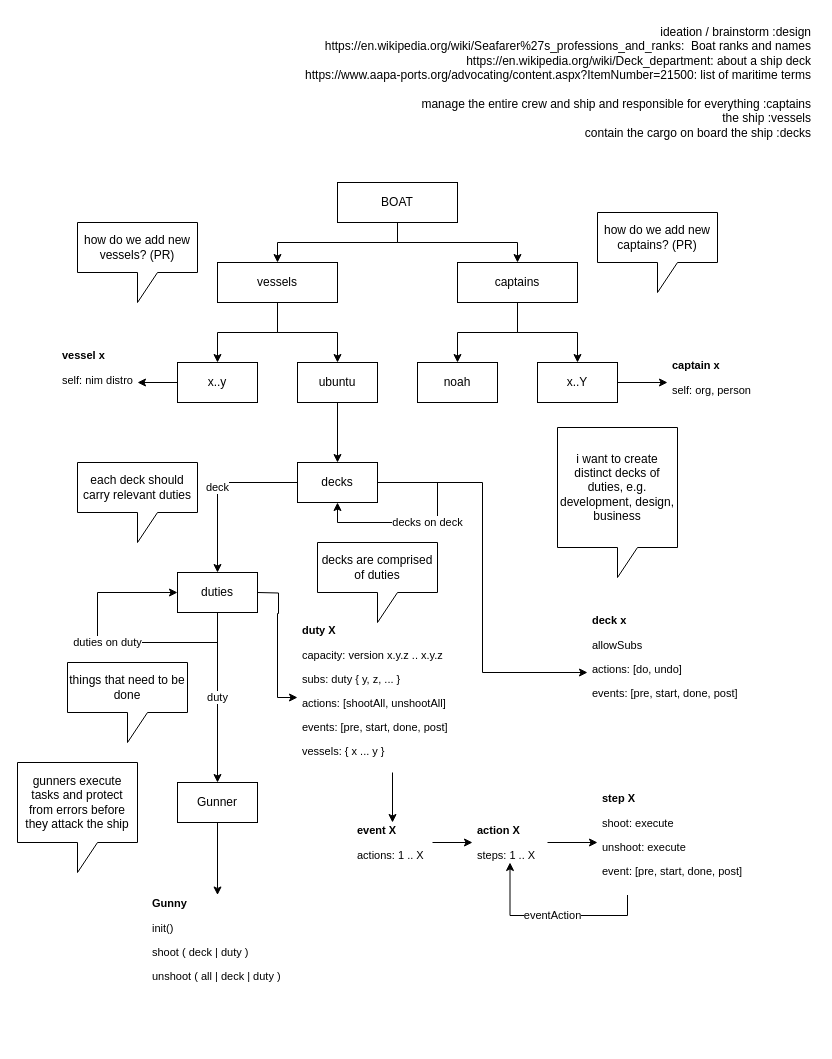
The draw.io diagram ADRs/boat_design.drawio in noahehall/boat, before the edit. Source tidied: cells renumbered, new cells numbered last; positions are measured from the earlier drawing's top-left corner, leaving out a move shared by most shapes. Both pictures are drawn from the tidied source at 100%, with x=0, y=0 at pixel (17, 17).
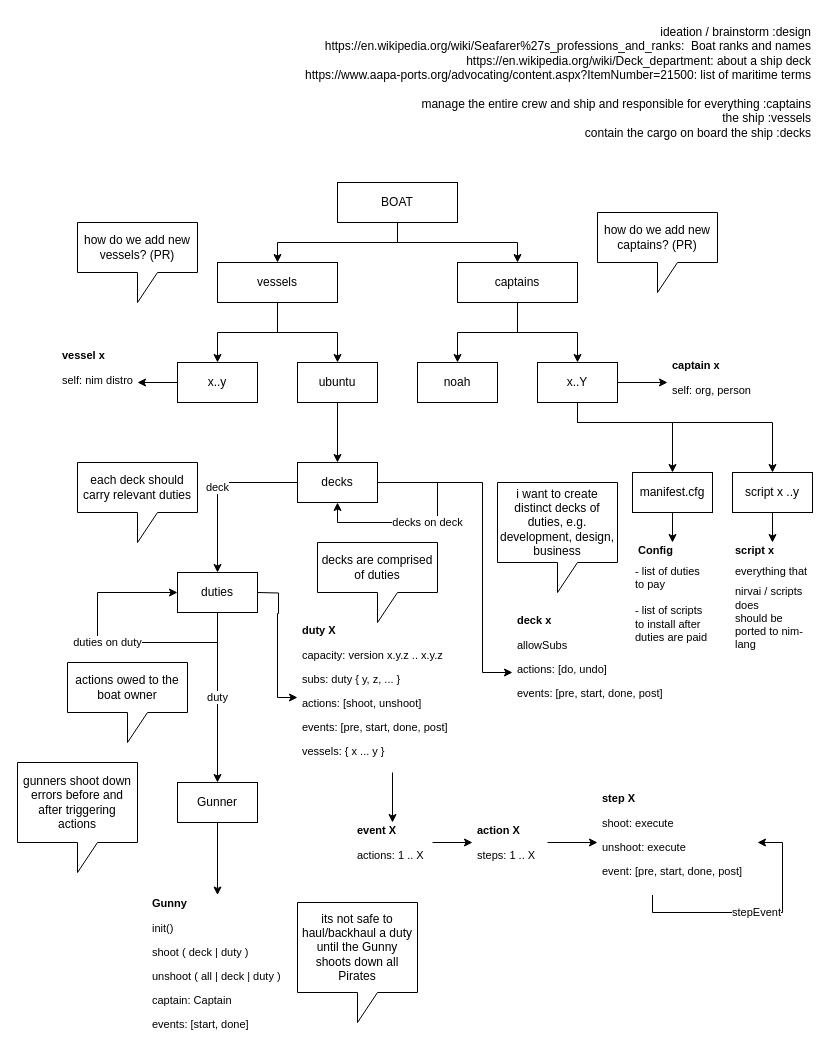
Above is the later version.

The change refers to these unchanged cells:
```xml
<mxCell id="18" value="x..Y" style="whiteSpace=wrap;html=1;" parent="1" vertex="1">
  <mxGeometry x="520" y="345" width="80" height="40" as="geometry" />
</mxCell>
<mxCell id="40" value="&lt;h1 style=&quot;font-size: 11px;&quot;&gt;action X&lt;/h1&gt;&lt;p style=&quot;font-size: 11px;&quot;&gt;steps: 1 .. X&lt;/p&gt;&lt;p style=&quot;font-size: 11px;&quot;&gt;&lt;br&gt;&lt;/p&gt;" style="text;html=1;strokeColor=none;fillColor=none;spacing=5;spacingTop=-15;whiteSpace=wrap;overflow=hidden;rounded=0;comic=0;fontSize=11;" parent="1" vertex="1">
  <mxGeometry x="455" y="805" width="75" height="40" as="geometry" />
</mxCell>
<mxCell id="42" value="&lt;h1 style=&quot;font-size: 11px;&quot;&gt;step X&lt;/h1&gt;&lt;p style=&quot;font-size: 11px;&quot;&gt;shoot: execute&lt;/p&gt;&lt;p style=&quot;font-size: 11px;&quot;&gt;unshoot: execute&lt;/p&gt;&lt;p style=&quot;font-size: 11px;&quot;&gt;event: [pre, start, done, post]&lt;/p&gt;" style="text;html=1;strokeColor=none;fillColor=none;spacing=5;spacingTop=-15;whiteSpace=wrap;overflow=hidden;rounded=0;comic=0;fontSize=11;" parent="1" vertex="1">
  <mxGeometry x="580" y="772.5" width="160" height="105" as="geometry" />
</mxCell>
```

What changed in the source:
```diff
@@
+    <mxCell id="48" style="edgeStyle=orthogonalEdgeStyle;rounded=0;jettySize=auto;html=1;exitX=0.5;exitY=1;exitDx=0;exitDy=0;" parent="1" edge="1" source="18" target="50">
+      <mxGeometry relative="1" as="geometry">
+        <Array as="points">
+          <mxPoint x="560" y="405" />
+          <mxPoint x="655" y="405" />
+        </Array>
+      </mxGeometry>
+    </mxCell>
@@
-    <mxCell id="28" value="things that need to be done" style="shape=callout;whiteSpace=wrap;html=1;perimeter=calloutPerimeter;" parent="1" vertex="1">
+    <mxCell id="28" value="actions owed to the boat owner" style="shape=callout;whiteSpace=wrap;html=1;perimeter=calloutPerimeter;" parent="1" vertex="1">
       <mxGeometry x="50" y="645" width="120" height="80" as="geometry" />
     </mxCell>
@@
     <mxCell id="31" value="i want to create distinct decks of duties, e.g. development, design, business" style="shape=callout;whiteSpace=wrap;html=1;perimeter=calloutPerimeter;" parent="1" vertex="1">
-      <mxGeometry x="540" y="410" width="120" height="150" as="geometry" />
+      <mxGeometry x="480" y="465" width="120" height="110" as="geometry" />
     </mxCell>
@@
-    <mxCell id="34" value="gunners execute tasks and protect from errors before they attack the ship" style="shape=callout;whiteSpace=wrap;html=1;perimeter=calloutPerimeter;" parent="1" vertex="1">
+    <mxCell id="34" value="gunners shoot down errors before and after triggering actions" style="shape=callout;whiteSpace=wrap;html=1;perimeter=calloutPerimeter;" parent="1" vertex="1">
       <mxGeometry y="745" width="120" height="110" as="geometry" />
     </mxCell>
@@
-    <mxCell id="36" value="&lt;h1 style=&quot;font-size: 11px;&quot;&gt;duty X&lt;/h1&gt;&lt;p style=&quot;font-size: 11px;&quot;&gt;capacity: version x.y.z .. x.y.z&lt;/p&gt;&lt;p style=&quot;font-size: 11px;&quot;&gt;subs: duty { y, z, ... }&lt;/p&gt;&lt;p style=&quot;font-size: 11px;&quot;&gt;actions: [shootAll, unshootAll]&lt;/p&gt;&lt;p style=&quot;font-size: 11px;&quot;&gt;events: [pre, start, done, post]&lt;/p&gt;&lt;p style=&quot;font-size: 11px;&quot;&gt;vessels: { x ... y }&lt;/p&gt;" style="text;html=1;strokeColor=none;fillColor=none;spacing=5;spacingTop=-15;whiteSpace=wrap;overflow=hidden;rounded=0;comic=0;fontSize=11;" parent="1" vertex="1">
+    <mxCell id="36" value="&lt;h1 style=&quot;font-size: 11px;&quot;&gt;duty X&lt;/h1&gt;&lt;p style=&quot;font-size: 11px;&quot;&gt;capacity: version x.y.z .. x.y.z&lt;/p&gt;&lt;p style=&quot;font-size: 11px;&quot;&gt;subs: duty { y, z, ... }&lt;/p&gt;&lt;p style=&quot;font-size: 11px;&quot;&gt;actions: [shoot, unshoot]&lt;/p&gt;&lt;p style=&quot;font-size: 11px;&quot;&gt;events: [pre, start, done, post]&lt;/p&gt;&lt;p style=&quot;font-size: 11px;&quot;&gt;vessels: { x ... y }&lt;/p&gt;" style="text;html=1;strokeColor=none;fillColor=none;spacing=5;spacingTop=-15;whiteSpace=wrap;overflow=hidden;rounded=0;comic=0;fontSize=11;" parent="1" vertex="1">
       <mxGeometry x="280" y="605" width="190" height="150" as="geometry" />
     </mxCell>
@@
     <mxCell id="38" value="&lt;h1 style=&quot;font-size: 11px;&quot;&gt;deck x&lt;/h1&gt;&lt;p style=&quot;font-size: 11px;&quot;&gt;&lt;span style=&quot;background-color: initial;&quot;&gt;allowSubs&lt;/span&gt;&lt;br&gt;&lt;/p&gt;&lt;p style=&quot;font-size: 11px;&quot;&gt;actions: [do, undo]&lt;/p&gt;&lt;p style=&quot;font-size: 11px;&quot;&gt;events: [pre, start, done, post]&lt;/p&gt;" style="text;html=1;strokeColor=none;fillColor=none;spacing=5;spacingTop=-15;whiteSpace=wrap;overflow=hidden;rounded=0;comic=0;fontSize=11;" parent="1" vertex="1">
-      <mxGeometry x="570" y="595" width="190" height="120" as="geometry" />
+      <mxGeometry x="495" y="595" width="160" height="120" as="geometry" />
     </mxCell>
@@
-    <mxCell id="41" value="eventAction" style="edgeStyle=orthogonalEdgeStyle;rounded=0;jettySize=auto;html=1;entryX=0.5;entryY=1;entryDx=0;entryDy=0;fontSize=11;" parent="1" edge="1" source="42" target="40">
+    <mxCell id="41" value="stepEvent" style="edgeStyle=orthogonalEdgeStyle;rounded=0;orthogonalLoop=1;jettySize=auto;html=1;fontSize=11;entryX=1;entryY=0.5;entryDx=0;entryDy=0;" parent="1" edge="1" source="42" target="42">
       <mxGeometry relative="1" as="geometry">
         <Array as="points">
-          <mxPoint x="610" y="898" />
-          <mxPoint x="493" y="898" />
-          <mxPoint x="493" y="845" />
+          <mxPoint x="635" y="895" />
+          <mxPoint x="765" y="895" />
+          <mxPoint x="765" y="825" />
         </Array>
       </mxGeometry>
     </mxCell>
@@
-    <mxCell id="45" value="&lt;h1 style=&quot;font-size: 11px;&quot;&gt;Gunny&amp;nbsp;&lt;/h1&gt;&lt;p style=&quot;font-size: 11px;&quot;&gt;init()&lt;/p&gt;&lt;p style=&quot;font-size: 11px;&quot;&gt;shoot ( deck | duty )&lt;/p&gt;&lt;p style=&quot;font-size: 11px;&quot;&gt;&lt;span style=&quot;background-color: initial;&quot;&gt;unshoot ( all | deck | duty )&lt;/span&gt;&lt;br&gt;&lt;/p&gt;" style="text;html=1;strokeColor=none;fillColor=none;spacing=5;spacingTop=-15;whiteSpace=wrap;overflow=hidden;rounded=0;comic=0;fontSize=11;" parent="1" vertex="1">
-      <mxGeometry x="130" y="877.5" width="140" height="117.5" as="geometry" />
+    <mxCell id="45" value="&lt;h1 style=&quot;font-size: 11px;&quot;&gt;Gunny&amp;nbsp;&lt;/h1&gt;&lt;p style=&quot;font-size: 11px;&quot;&gt;init()&lt;/p&gt;&lt;p style=&quot;font-size: 11px;&quot;&gt;shoot ( deck | duty )&lt;/p&gt;&lt;p style=&quot;font-size: 11px;&quot;&gt;&lt;span style=&quot;background-color: initial;&quot;&gt;unshoot ( all | deck | duty )&lt;/span&gt;&lt;br&gt;&lt;/p&gt;&lt;p style=&quot;font-size: 11px;&quot;&gt;&lt;span style=&quot;background-color: initial;&quot;&gt;captain: Captain&lt;/span&gt;&lt;/p&gt;&lt;p style=&quot;font-size: 11px;&quot;&gt;&lt;span style=&quot;background-color: initial;&quot;&gt;events: [start, done]&lt;/span&gt;&lt;/p&gt;" style="text;html=1;strokeColor=none;fillColor=none;spacing=5;spacingTop=-15;whiteSpace=wrap;overflow=hidden;rounded=0;comic=0;fontSize=11;" parent="1" vertex="1">
+      <mxGeometry x="130" y="877.5" width="140" height="147.5" as="geometry" />
     </mxCell>
@@
+    <mxCell id="49" style="edgeStyle=orthogonalEdgeStyle;rounded=0;jettySize=auto;html=1;" parent="1" edge="1" source="50" target="56">
+      <mxGeometry relative="1" as="geometry" />
+    </mxCell>
+    <mxCell id="50" value="manifest.cfg" style="whiteSpace=wrap;html=1;" parent="1" vertex="1">
+      <mxGeometry x="615" y="455" width="80" height="40" as="geometry" />
+    </mxCell>
+    <mxCell id="51" value="its not safe to haul/backhaul a duty until the Gunny shoots down all Pirates" style="shape=callout;whiteSpace=wrap;html=1;perimeter=calloutPerimeter;" parent="1" vertex="1">
+      <mxGeometry x="280" y="885" width="120" height="120" as="geometry" />
+    </mxCell>
+    <mxCell id="52" style="edgeStyle=orthogonalEdgeStyle;rounded=0;jettySize=auto;html=1;exitX=0.5;exitY=1;exitDx=0;exitDy=0;entryX=0.5;entryY=0;entryDx=0;entryDy=0;" parent="1" edge="1" source="18" target="54">
+      <mxGeometry relative="1" as="geometry">
+        <Array as="points">
+          <mxPoint x="560" y="405" />
+          <mxPoint x="755" y="405" />
+        </Array>
+      </mxGeometry>
+    </mxCell>
+    <mxCell id="53" style="edgeStyle=orthogonalEdgeStyle;rounded=0;jettySize=auto;html=1;" parent="1" edge="1" source="54" target="55">
+      <mxGeometry relative="1" as="geometry" />
+    </mxCell>
+    <mxCell id="54" value="script x ..y" style="whiteSpace=wrap;html=1;" parent="1" vertex="1">
+      <mxGeometry x="715" y="455" width="80" height="40" as="geometry" />
+    </mxCell>
+    <mxCell id="55" value="&lt;h1 style=&quot;font-size: 11px;&quot;&gt;&lt;span style=&quot;background-color: initial;&quot;&gt;script x&amp;nbsp;&lt;/span&gt;&lt;/h1&gt;&lt;h1 style=&quot;font-size: 11px;&quot;&gt;&lt;span style=&quot;font-weight: 400;&quot;&gt;everything that&lt;/span&gt;&lt;/h1&gt;&lt;div&gt;&lt;span style=&quot;font-weight: 400;&quot;&gt;nirvai / scripts does&lt;/span&gt;&lt;/div&gt;&lt;div&gt;&lt;span style=&quot;font-weight: 400;&quot;&gt;should be ported to nim-lang&lt;/span&gt;&lt;/div&gt;" style="text;html=1;strokeColor=none;fillColor=none;spacing=5;spacingTop=-15;whiteSpace=wrap;overflow=hidden;rounded=0;comic=0;fontSize=11;" parent="1" vertex="1">
+      <mxGeometry x="712.5" y="525" width="85" height="120" as="geometry" />
+    </mxCell>
+    <mxCell id="56" value="&lt;h1 style=&quot;font-size: 11px;&quot;&gt;&lt;span style=&quot;background-color: initial;&quot;&gt;&amp;nbsp;Config&lt;/span&gt;&lt;/h1&gt;&lt;div&gt;&lt;span style=&quot;background-color: initial;&quot;&gt;- list of duties&lt;/span&gt;&lt;/div&gt;&lt;div&gt;&lt;span style=&quot;background-color: initial;&quot;&gt;to pay&lt;/span&gt;&lt;/div&gt;&lt;div&gt;&lt;span style=&quot;background-color: initial;&quot;&gt;&lt;br&gt;&lt;/span&gt;&lt;/div&gt;&lt;div&gt;&lt;span style=&quot;background-color: initial;&quot;&gt;- list of scripts to install after duties are paid&lt;/span&gt;&lt;/div&gt;" style="text;html=1;strokeColor=none;fillColor=none;spacing=5;spacingTop=-15;whiteSpace=wrap;overflow=hidden;rounded=0;comic=0;fontSize=11;" parent="1" vertex="1">
+      <mxGeometry x="612.5" y="525" width="85" height="120" as="geometry" />
+    </mxCell>
```
